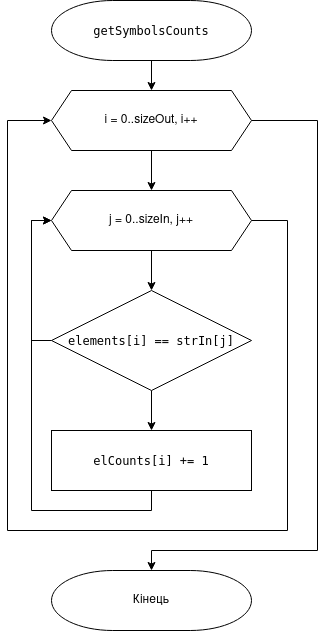
The draw.io diagram lab13/doc/assets/getSymbolsCounts.png in belchinskaya/Programming-Belchinska, before a commit. Source tidied: cells renumbered, new cells last; positions are measured from the earlier drawing's top-left corner, leaving out a move shared by most shapes.
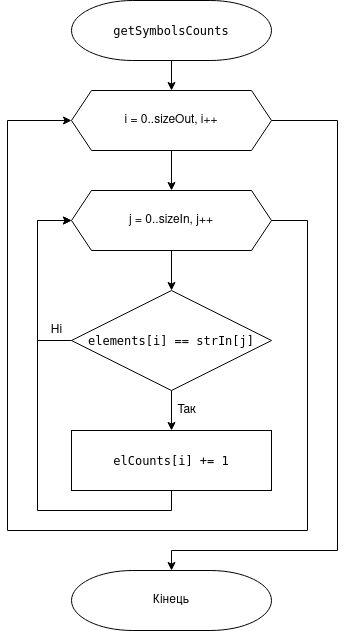
After the change.

The edit, as a diff of the source:
```diff
@@ -31,8 +31,8 @@
         <Array as="points">
           <mxPoint x="280" y="220" />
           <mxPoint x="280" y="530" />
-          <mxPoint y="530" />
-          <mxPoint y="120" />
+          <mxPoint x="-20" y="530" />
+          <mxPoint x="-20" y="120" />
         </Array>
       </mxGeometry>
     </mxCell>
@@ -46,8 +46,8 @@
       <mxGeometry relative="1" as="geometry">
         <mxPoint x="44" y="220" as="targetPoint" />
         <Array as="points">
-          <mxPoint x="24" y="340" />
-          <mxPoint x="24" y="220" />
+          <mxPoint x="10" y="340" />
+          <mxPoint x="10" y="220" />
         </Array>
       </mxGeometry>
     </mxCell>
@@ -55,7 +55,13 @@
       <mxGeometry x="44" y="290" width="200" height="100" as="geometry" />
     </mxCell>
     <mxCell id="13" style="edgeStyle=orthogonalEdgeStyle;rounded=0;jettySize=auto;html=1;exitX=0.5;exitY=1;exitDx=0;exitDy=0;entryX=0;entryY=0.5;entryDx=0;entryDy=0;" parent="1" edge="1" source="14" target="9">
-      <mxGeometry relative="1" as="geometry" />
+      <mxGeometry relative="1" as="geometry">
+        <Array as="points">
+          <mxPoint x="144" y="510" />
+          <mxPoint x="10" y="510" />
+          <mxPoint x="10" y="220" />
+        </Array>
+      </mxGeometry>
     </mxCell>
     <mxCell id="14" value="&lt;pre style=&quot;font-family: &amp;#34;jetbrains mono&amp;#34; , monospace&quot;&gt;&lt;span style=&quot;background-color: rgb(255 , 255 , 255)&quot;&gt;elCounts[i] += 1&lt;/span&gt;&lt;/pre&gt;" style="rounded=0;whiteSpace=wrap;html=1;strokeWidth=1;" parent="1" vertex="1">
       <mxGeometry x="44" y="430" width="200" height="60" as="geometry" />
@@ -63,5 +69,11 @@
     <mxCell id="15" value="Кінець" style="strokeWidth=1;html=1;shape=mxgraph.flowchart.terminator;whiteSpace=wrap;" parent="1" vertex="1">
       <mxGeometry x="44" y="570" width="200" height="60" as="geometry" />
     </mxCell>
+    <mxCell id="16" value="Так" style="text;html=1;align=center;verticalAlign=middle;" parent="1" vertex="1">
+      <mxGeometry x="144" y="400" width="30" height="20" as="geometry" />
+    </mxCell>
+    <mxCell id="17" value="Ні" style="text;html=1;align=center;verticalAlign=middle;" parent="1" vertex="1">
+      <mxGeometry x="14" y="320" width="30" height="20" as="geometry" />
+    </mxCell>
   </root>
 </mxGraphModel>
```
